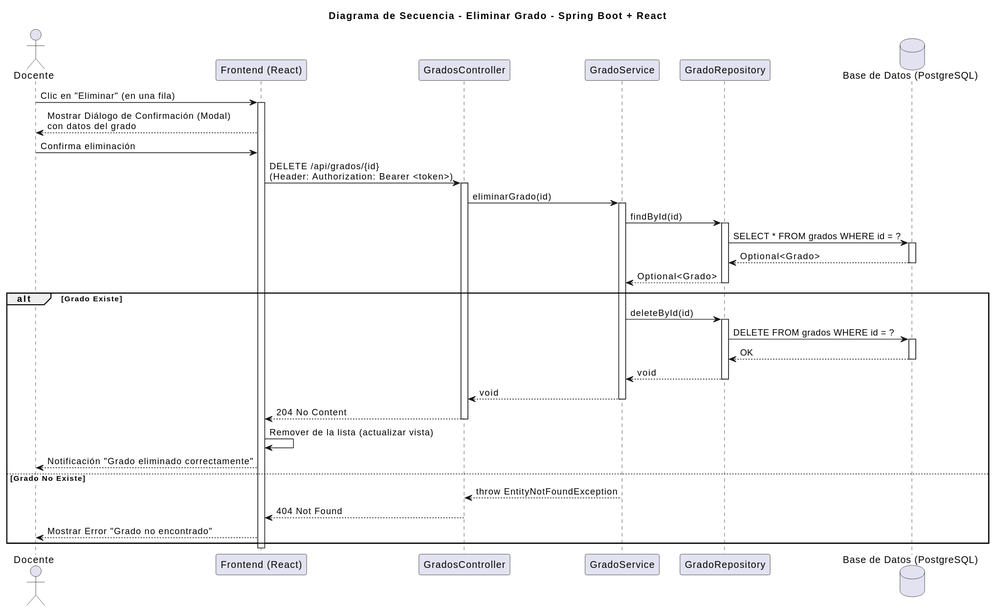
Above: images/diseño/eliminarGrado/secuencia.svg in martinlopez7/25-26-idsw2-sdVC (PlantUML), before the change. Its diagram source:
```plantuml
@startuml
title Diagrama de Secuencia - Eliminar Grado - Spring Boot + React

actor "Docente" as Teacher
participant "Frontend (React)" as FE
participant "GradosController" as Controller
participant "GradoService" as Service
participant "GradoRepository" as Repo
database "Base de Datos (PostgreSQL)" as DB

Teacher -> FE: Clic en "Eliminar" (en una fila)
activate FE
FE --> Teacher: Mostrar Diálogo de Confirmación (Modal)\ncon datos del grado
Teacher -> FE: Confirma eliminación
FE -> Controller: DELETE /api/grados/{id}\n(Header: Authorization: Bearer <token>)
activate Controller
Controller -> Service: eliminarGrado(id)
activate Service
Service -> Repo: findById(id)
activate Repo
Repo -> DB: SELECT * FROM grados WHERE id = ?
activate DB
DB --> Repo: Optional<Grado>
deactivate DB
Repo --> Service: Optional<Grado>
deactivate Repo
alt Grado Existe
    Service -> Repo: deleteById(id)
    activate Repo
    Repo -> DB: DELETE FROM grados WHERE id = ?
    activate DB
    DB --> Repo: OK
    deactivate DB
    Repo --> Service: void
    deactivate Repo
    Service --> Controller: void
    deactivate Service
    Controller --> FE: 204 No Content
    deactivate Controller
    FE -> FE: Remover de la lista (actualizar vista)
    FE --> Teacher: Notificación "Grado eliminado correctamente"
else Grado No Existe
    Service --> Controller: throw EntityNotFoundException
    deactivate Service
    Controller --> FE: 404 Not Found
    deactivate Controller
    FE --> Teacher: Mostrar Error "Grado no encontrado"
end
deactivate FE
@enduml
```
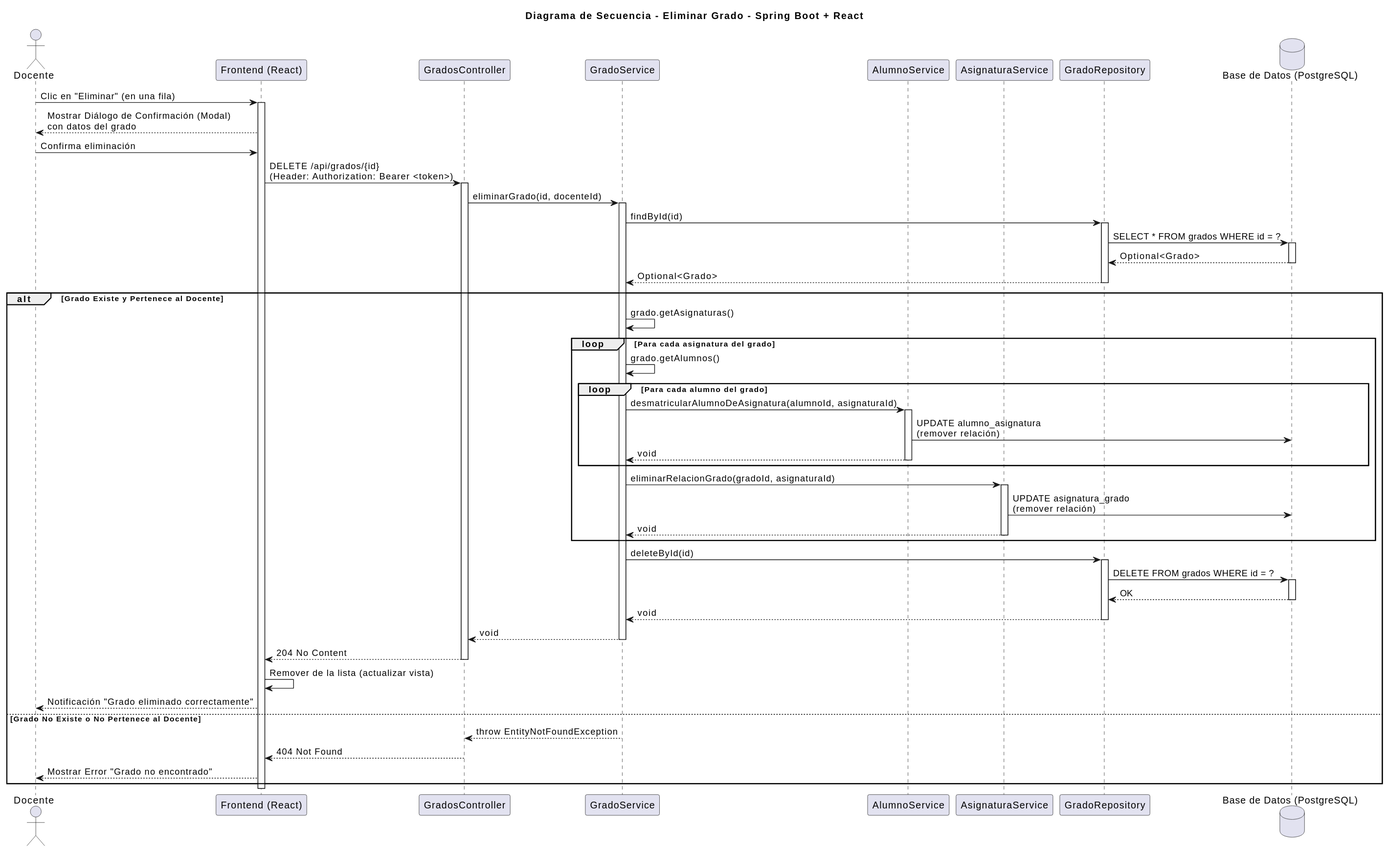
Later version of the same file.

Commit message:
fix: correccion diseño eliminarGrado

What changed in the source:
```diff
@@ -5,6 +5,8 @@
 participant "Frontend (React)" as FE
 participant "GradosController" as Controller
 participant "GradoService" as Service
+participant "AlumnoService" as AlumnoService
+participant "AsignaturaService" as AsignaturaService
 participant "GradoRepository" as Repo
 database "Base de Datos (PostgreSQL)" as DB
 
@@ -14,7 +16,7 @@
 Teacher -> FE: Confirma eliminación
 FE -> Controller: DELETE /api/grados/{id}\n(Header: Authorization: Bearer <token>)
 activate Controller
-Controller -> Service: eliminarGrado(id)
+Controller -> Service: eliminarGrado(id, docenteId)
 activate Service
 Service -> Repo: findById(id)
 activate Repo
@@ -24,7 +26,23 @@
 deactivate DB
 Repo --> Service: Optional<Grado>
 deactivate Repo
-alt Grado Existe
+alt Grado Existe y Pertenece al Docente
+    Service -> Service: grado.getAsignaturas()
+    loop Para cada asignatura del grado
+        Service -> Service: grado.getAlumnos()
+        loop Para cada alumno del grado
+            Service -> AlumnoService: desmatricularAlumnoDeAsignatura(alumnoId, asignaturaId)
+            activate AlumnoService
+            AlumnoService -> DB: UPDATE alumno_asignatura\n(remover relación)
+            AlumnoService --> Service: void
+            deactivate AlumnoService
+        end
+        Service -> AsignaturaService: eliminarRelacionGrado(gradoId, asignaturaId)
+        activate AsignaturaService
+        AsignaturaService -> DB: UPDATE asignatura_grado\n(remover relación)
+        AsignaturaService --> Service: void
+        deactivate AsignaturaService
+    end
     Service -> Repo: deleteById(id)
     activate Repo
     Repo -> DB: DELETE FROM grados WHERE id = ?
@@ -39,7 +57,7 @@
     deactivate Controller
     FE -> FE: Remover de la lista (actualizar vista)
     FE --> Teacher: Notificación "Grado eliminado correctamente"
-else Grado No Existe
+else Grado No Existe o No Pertenece al Docente
     Service --> Controller: throw EntityNotFoundException
     deactivate Service
     Controller --> FE: 404 Not Found
```
